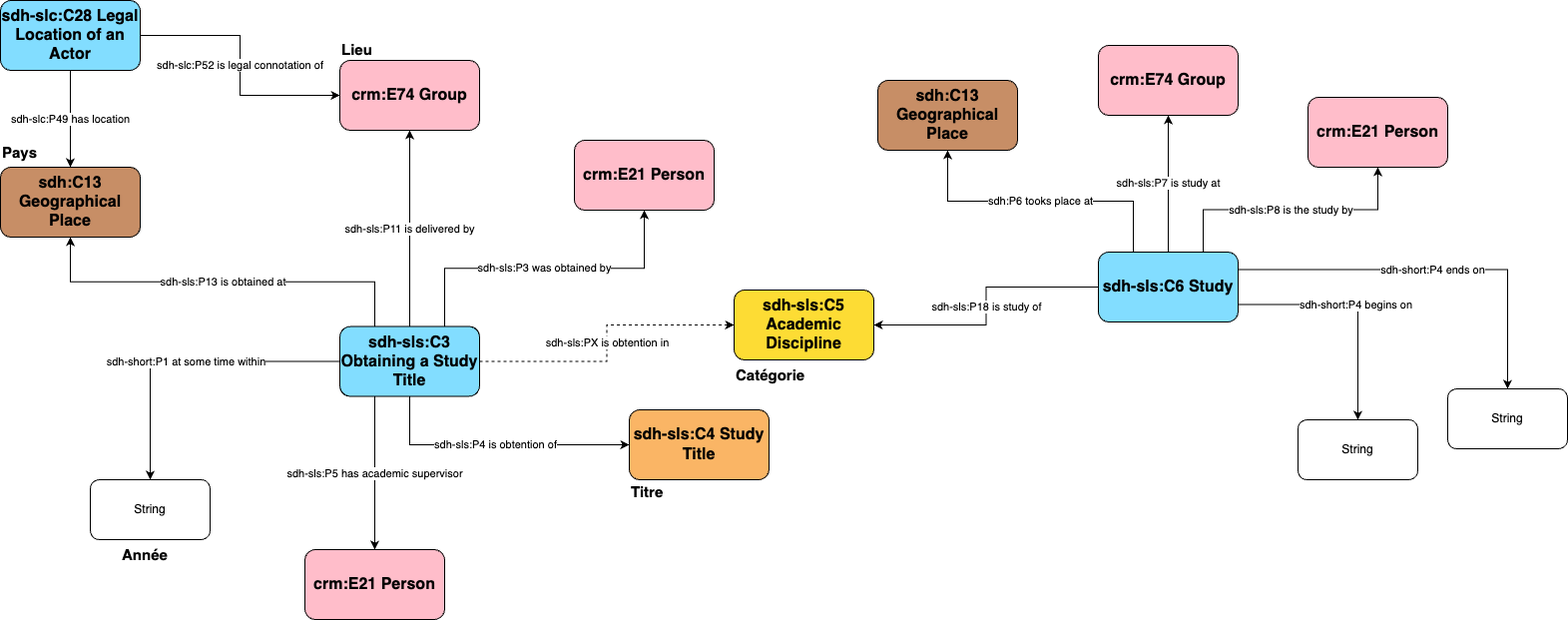
The draw.io diagram ontology/diagrams/education.png in lod4hss-projects/elites_suisses_data, before a commit. Source tidied: cells renumbered, new cells last; positions are measured from the earlier drawing's top-left corner, leaving out a move shared by most shapes. The source it was exported from:
```xml
<mxGraphModel>
  <root>
    <mxCell id="0" />
    <mxCell id="1" parent="0" />
    <mxCell id="2" value="&lt;b&gt;&lt;font style=&quot;font-size: 15px;&quot;&gt;Année&lt;/font&gt;&lt;/b&gt;" style="text;html=1;align=left;verticalAlign=middle;whiteSpace=wrap;rounded=0;" parent="1" vertex="1">
      <mxGeometry x="120" y="543.5" width="80" height="23" as="geometry" />
    </mxCell>
    <mxCell id="3" value="&lt;b&gt;&lt;font style=&quot;font-size: 15px;&quot;&gt;Titre&lt;/font&gt;&lt;/b&gt;&lt;span style=&quot;color: rgba(0, 0, 0, 0); font-family: monospace; font-size: 0px; text-wrap-mode: nowrap;&quot;&gt;%3CmxGraphModel%3E%3Croot%3E%3CmxCell%20id%3D%220%22%2F%3E%3CmxCell%20id%3D%221%22%20parent%3D%220%22%2F%3E%3CmxCell%20id%3D%222%22%20value%3D%22%26lt%3Bb%26gt%3B%26lt%3Bfont%20style%3D%26quot%3Bfont-size%3A%2015px%3B%26quot%3B%26gt%3BAnn%C3%A9e%26lt%3B%2Ffont%26gt%3B%26lt%3B%2Fb%26gt%3B%22%20style%3D%22text%3Bhtml%3D1%3Balign%3Dleft%3BverticalAlign%3Dmiddle%3BwhiteSpace%3Dwrap%3Brounded%3D0%3B%22%20vertex%3D%221%22%20parent%3D%221%22%3E%3CmxGeometry%20x%3D%22160%22%20y%3D%22370%22%20width%3D%2280%22%20height%3D%2223%22%20as%3D%22geometry%22%2F%3E%3C%2FmxCell%3E%3C%2Froot%3E%3C%2FmxGraphModel%3E&lt;/span&gt;" style="text;html=1;align=left;verticalAlign=middle;whiteSpace=wrap;rounded=0;" parent="1" vertex="1">
      <mxGeometry x="630" y="480" width="80" height="23" as="geometry" />
    </mxCell>
    <mxCell id="4" value="&lt;b&gt;&lt;font style=&quot;font-size: 15px;&quot;&gt;Catégorie&lt;/font&gt;&lt;/b&gt;" style="text;html=1;align=left;verticalAlign=middle;whiteSpace=wrap;rounded=0;" parent="1" vertex="1">
      <mxGeometry x="735" y="363.5" width="80" height="23" as="geometry" />
    </mxCell>
    <mxCell id="5" value="&lt;b&gt;&lt;font style=&quot;font-size: 15px;&quot;&gt;Lieu&lt;/font&gt;&lt;/b&gt;" style="text;html=1;align=left;verticalAlign=middle;whiteSpace=wrap;rounded=0;" parent="1" vertex="1">
      <mxGeometry x="340" y="37" width="80" height="23" as="geometry" />
    </mxCell>
    <mxCell id="6" value="&lt;b&gt;&lt;font style=&quot;font-size: 15px;&quot;&gt;Pays&lt;/font&gt;&lt;/b&gt;" style="text;html=1;align=left;verticalAlign=middle;whiteSpace=wrap;rounded=0;" parent="1" vertex="1">
      <mxGeometry y="140" width="80" height="23" as="geometry" />
    </mxCell>
    <mxCell id="7" value="crm:E21 Person" style="rounded=1;whiteSpace=wrap;html=1;fillColor=#ffbdca;fontSize=16;fontStyle=1;" parent="1" vertex="1">
      <mxGeometry x="575" y="140" width="140" height="70" as="geometry" />
    </mxCell>
    <mxCell id="8" value="sdh-sls:C5 Academic Discipline" style="rounded=1;whiteSpace=wrap;html=1;fillColor=#fddc34;fontSize=16;fontStyle=1;" parent="1" vertex="1">
      <mxGeometry x="735" y="290" width="140" height="70" as="geometry" />
    </mxCell>
    <mxCell id="9" value="crm:E74 Group" style="rounded=1;whiteSpace=wrap;html=1;fillColor=#ffbdca;fontSize=16;fontStyle=1;" parent="1" vertex="1">
      <mxGeometry x="340" y="60" width="140" height="70" as="geometry" />
    </mxCell>
    <mxCell id="10" value="sdh-sls:P3 was obtained by" style="edgeStyle=orthogonalEdgeStyle;rounded=0;jettySize=auto;html=1;exitX=0.75;exitY=0;exitDx=0;exitDy=0;" parent="1" edge="1" source="17" target="7">
      <mxGeometry relative="1" as="geometry" />
    </mxCell>
    <mxCell id="11" value="sdh-sls:P4 is obtention of" style="edgeStyle=orthogonalEdgeStyle;rounded=0;jettySize=auto;html=1;exitX=0.5;exitY=1;exitDx=0;exitDy=0;entryX=0;entryY=0.5;entryDx=0;entryDy=0;" parent="1" edge="1" source="17" target="18">
      <mxGeometry relative="1" as="geometry" />
    </mxCell>
    <mxCell id="12" value="sdh-sls:P11 is delivered by" style="edgeStyle=orthogonalEdgeStyle;rounded=0;jettySize=auto;html=1;entryX=0.5;entryY=1;entryDx=0;entryDy=0;" parent="1" edge="1" source="17" target="9">
      <mxGeometry relative="1" as="geometry" />
    </mxCell>
    <mxCell id="13" value="sdh-sls:PX is obtention in" style="edgeStyle=orthogonalEdgeStyle;rounded=0;jettySize=auto;html=1;exitX=1;exitY=0.5;exitDx=0;exitDy=0;dashed=1;" parent="1" edge="1" source="17" target="8">
      <mxGeometry relative="1" as="geometry" />
    </mxCell>
    <mxCell id="14" value="sdh-sls:P13 is obtained at" style="edgeStyle=orthogonalEdgeStyle;rounded=0;jettySize=auto;html=1;exitX=0.25;exitY=0;exitDx=0;exitDy=0;entryX=0.5;entryY=1;entryDx=0;entryDy=0;" parent="1" edge="1" source="17" target="19">
      <mxGeometry relative="1" as="geometry" />
    </mxCell>
    <mxCell id="15" value="sdh-sls:P5 has academic supervisor" style="edgeStyle=orthogonalEdgeStyle;rounded=0;jettySize=auto;html=1;exitX=0.25;exitY=1;exitDx=0;exitDy=0;" parent="1" edge="1" source="17" target="23">
      <mxGeometry relative="1" as="geometry" />
    </mxCell>
    <mxCell id="16" value="sdh-short:P1 at some time within" style="edgeStyle=orthogonalEdgeStyle;rounded=0;jettySize=auto;html=1;exitX=0;exitY=0.5;exitDx=0;exitDy=0;" parent="1" edge="1" source="17" target="32">
      <mxGeometry relative="1" as="geometry" />
    </mxCell>
    <mxCell id="17" value="sdh-sls:C3 Obtaining a Study Title" style="rounded=1;whiteSpace=wrap;html=1;fillColor=#82ddff;fontSize=16;fontStyle=1;" parent="1" vertex="1">
      <mxGeometry x="340" y="326.5" width="140" height="70" as="geometry" />
    </mxCell>
    <mxCell id="18" value="sdh-sls:C4 Study Title" style="rounded=1;whiteSpace=wrap;html=1;fillColor=#fab565;fontSize=16;fontStyle=1;" parent="1" vertex="1">
      <mxGeometry x="630" y="410" width="140" height="70" as="geometry" />
    </mxCell>
    <mxCell id="19" value="sdh:C13 Geographical Place" style="rounded=1;whiteSpace=wrap;html=1;fillColor=#c78e66;fontSize=16;fontStyle=1;" parent="1" vertex="1">
      <mxGeometry y="167" width="140" height="70" as="geometry" />
    </mxCell>
    <mxCell id="20" value="sdh-slc:P49 has location" style="edgeStyle=orthogonalEdgeStyle;rounded=0;jettySize=auto;html=1;" parent="1" edge="1" source="22" target="19">
      <mxGeometry relative="1" as="geometry" />
    </mxCell>
    <mxCell id="21" value="sdh-slc:P52 is legal connotation of" style="edgeStyle=orthogonalEdgeStyle;rounded=0;jettySize=auto;html=1;exitX=1;exitY=0.5;exitDx=0;exitDy=0;entryX=0;entryY=0.5;entryDx=0;entryDy=0;" parent="1" edge="1" source="22" target="9">
      <mxGeometry relative="1" as="geometry" />
    </mxCell>
    <mxCell id="22" value="sdh-slc:C28 Legal Location of an Actor" style="rounded=1;whiteSpace=wrap;html=1;fillColor=#82ddff;fontSize=16;fontStyle=1;" parent="1" vertex="1">
      <mxGeometry width="140" height="70" as="geometry" />
    </mxCell>
    <mxCell id="23" value="crm:E21 Person" style="rounded=1;whiteSpace=wrap;html=1;fillColor=#ffbdca;fontSize=16;fontStyle=1;" parent="1" vertex="1">
      <mxGeometry x="305" y="550" width="140" height="70" as="geometry" />
    </mxCell>
    <mxCell id="24" value="sdh-sls:P7 is study at" style="edgeStyle=orthogonalEdgeStyle;rounded=0;jettySize=auto;html=1;exitX=0.5;exitY=0;exitDx=0;exitDy=0;" parent="1" edge="1" source="28" target="30">
      <mxGeometry relative="1" as="geometry" />
    </mxCell>
    <mxCell id="25" value="sdh-sls:P8 is the study by" style="edgeStyle=orthogonalEdgeStyle;rounded=0;jettySize=auto;html=1;exitX=0.75;exitY=0;exitDx=0;exitDy=0;" parent="1" edge="1" source="28" target="29">
      <mxGeometry relative="1" as="geometry" />
    </mxCell>
    <mxCell id="26" value="sdh:P6 tooks place at" style="edgeStyle=orthogonalEdgeStyle;rounded=0;jettySize=auto;html=1;exitX=0.25;exitY=0;exitDx=0;exitDy=0;" parent="1" edge="1" source="28" target="31">
      <mxGeometry relative="1" as="geometry" />
    </mxCell>
    <mxCell id="27" value="sdh-sls:P18 is study of" style="edgeStyle=orthogonalEdgeStyle;rounded=0;jettySize=auto;html=1;exitX=0;exitY=0.5;exitDx=0;exitDy=0;" parent="1" edge="1" source="28" target="8">
      <mxGeometry relative="1" as="geometry" />
    </mxCell>
    <mxCell id="28" value="sdh-sls:C6 Study" style="rounded=1;whiteSpace=wrap;html=1;fillColor=#82ddff;fontSize=16;fontStyle=1;" parent="1" vertex="1">
      <mxGeometry x="1100" y="252" width="140" height="70" as="geometry" />
    </mxCell>
    <mxCell id="29" value="crm:E21 Person" style="rounded=1;whiteSpace=wrap;html=1;fillColor=#ffbdca;fontSize=16;fontStyle=1;" parent="1" vertex="1">
      <mxGeometry x="1310" y="97" width="140" height="70" as="geometry" />
    </mxCell>
    <mxCell id="30" value="crm:E74 Group" style="rounded=1;whiteSpace=wrap;html=1;fillColor=#ffbdca;fontSize=16;fontStyle=1;" parent="1" vertex="1">
      <mxGeometry x="1100" y="45" width="140" height="70" as="geometry" />
    </mxCell>
    <mxCell id="31" value="sdh:C13 Geographical Place" style="rounded=1;whiteSpace=wrap;html=1;fillColor=#c78e66;fontSize=16;fontStyle=1;" parent="1" vertex="1">
      <mxGeometry x="879" y="80" width="140" height="70" as="geometry" />
    </mxCell>
    <mxCell id="32" value="String" style="rounded=1;whiteSpace=wrap;html=1;" parent="1" vertex="1">
      <mxGeometry x="90" y="480" width="120" height="60" as="geometry" />
    </mxCell>
    <mxCell id="33" value="sdh-short:P4 begins on" style="edgeStyle=orthogonalEdgeStyle;rounded=0;jettySize=auto;html=1;exitX=1;exitY=0.75;exitDx=0;exitDy=0;" parent="1" edge="1" source="28" target="34">
      <mxGeometry relative="1" as="geometry" />
    </mxCell>
    <mxCell id="34" value="String" style="rounded=1;whiteSpace=wrap;html=1;" parent="1" vertex="1">
      <mxGeometry x="1300" y="420" width="120" height="60" as="geometry" />
    </mxCell>
    <mxCell id="35" value="sdh-short:P4 ends on" style="edgeStyle=orthogonalEdgeStyle;rounded=0;jettySize=auto;html=1;exitX=1;exitY=0.25;exitDx=0;exitDy=0;" parent="1" edge="1" source="28" target="36">
      <mxGeometry relative="1" as="geometry" />
    </mxCell>
    <mxCell id="36" value="String" style="rounded=1;whiteSpace=wrap;html=1;" parent="1" vertex="1">
      <mxGeometry x="1450" y="389" width="120" height="60" as="geometry" />
    </mxCell>
  </root>
</mxGraphModel>
```
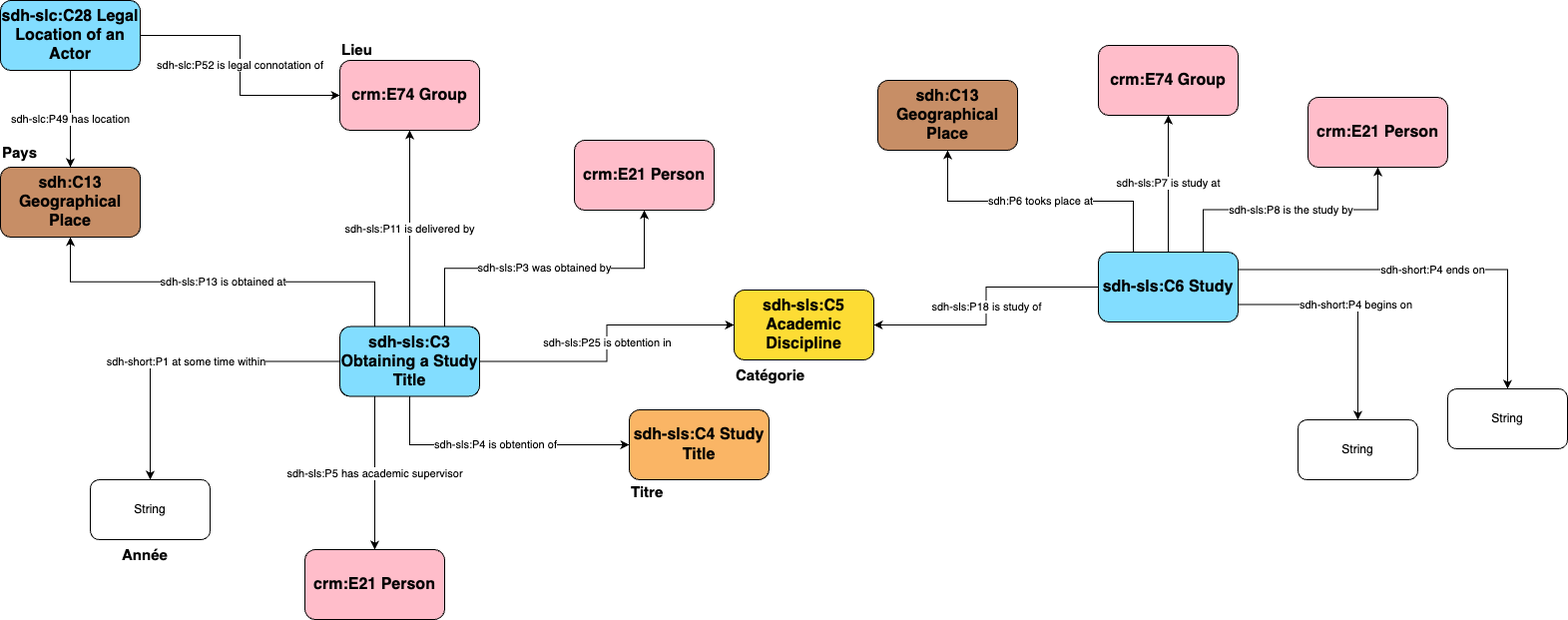
The same diagram one commit later.

Commit message:
update education diagram

Change to the diagram source:
```diff
@@ -35,7 +35,7 @@
     <mxCell id="12" value="sdh-sls:P11 is delivered by" style="edgeStyle=orthogonalEdgeStyle;rounded=0;jettySize=auto;html=1;entryX=0.5;entryY=1;entryDx=0;entryDy=0;" parent="1" edge="1" source="17" target="9">
       <mxGeometry relative="1" as="geometry" />
     </mxCell>
-    <mxCell id="13" value="sdh-sls:PX is obtention in" style="edgeStyle=orthogonalEdgeStyle;rounded=0;jettySize=auto;html=1;exitX=1;exitY=0.5;exitDx=0;exitDy=0;dashed=1;" parent="1" edge="1" source="17" target="8">
+    <mxCell id="13" value="sdh-sls:P25 is obtention in" style="edgeStyle=orthogonalEdgeStyle;rounded=0;jettySize=auto;html=1;exitX=1;exitY=0.5;exitDx=0;exitDy=0;" parent="1" edge="1" source="17" target="8">
       <mxGeometry relative="1" as="geometry" />
     </mxCell>
     <mxCell id="14" value="sdh-sls:P13 is obtained at" style="edgeStyle=orthogonalEdgeStyle;rounded=0;jettySize=auto;html=1;exitX=0.25;exitY=0;exitDx=0;exitDy=0;entryX=0.5;entryY=1;entryDx=0;entryDy=0;" parent="1" edge="1" source="17" target="19">
```
